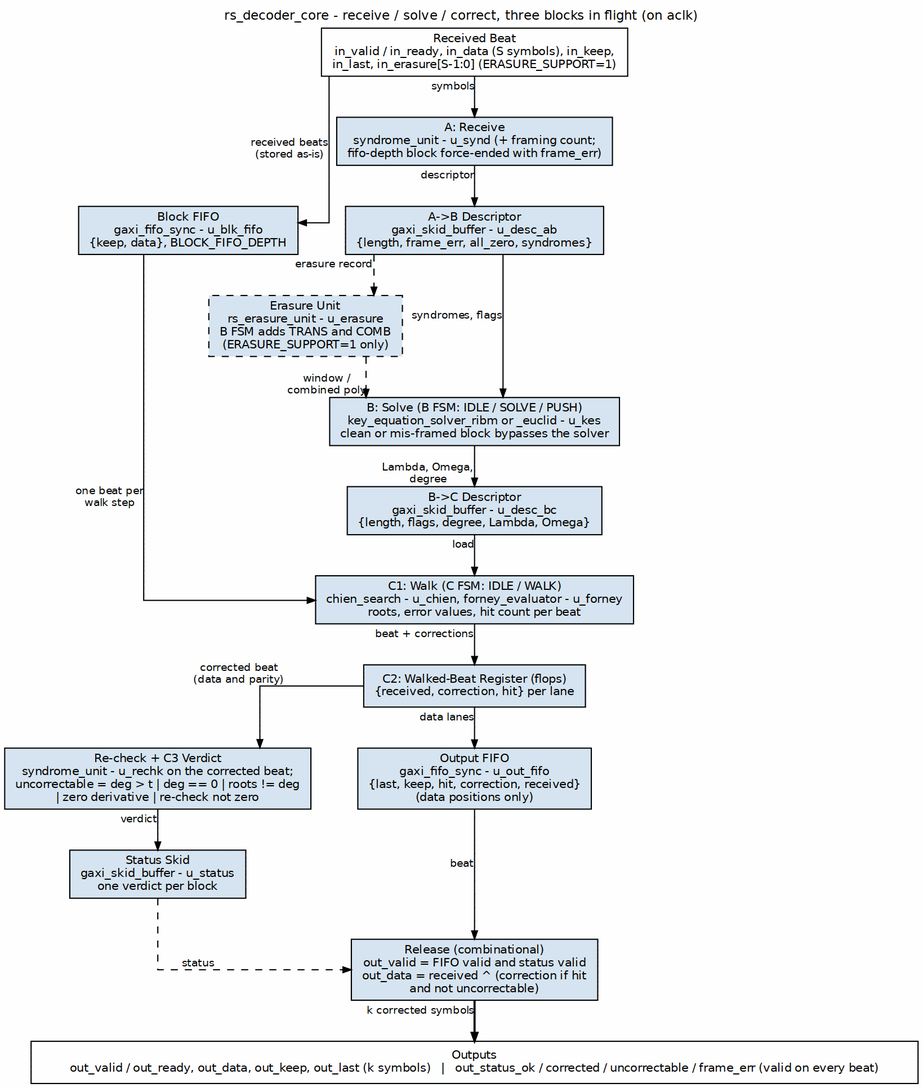
Above: projects/components/ecc-ip/reed-solomon/docs/reed_solomon_mas/assets/graphviz/rs_decoder_core.png in sean-galloway/RTLDesignSherpa (Graphviz), before the change. Its source is kept beside it as projects/components/ecc-ip/reed-solomon/docs/reed_solomon_mas/assets/graphviz/rs_decoder_core.dot.
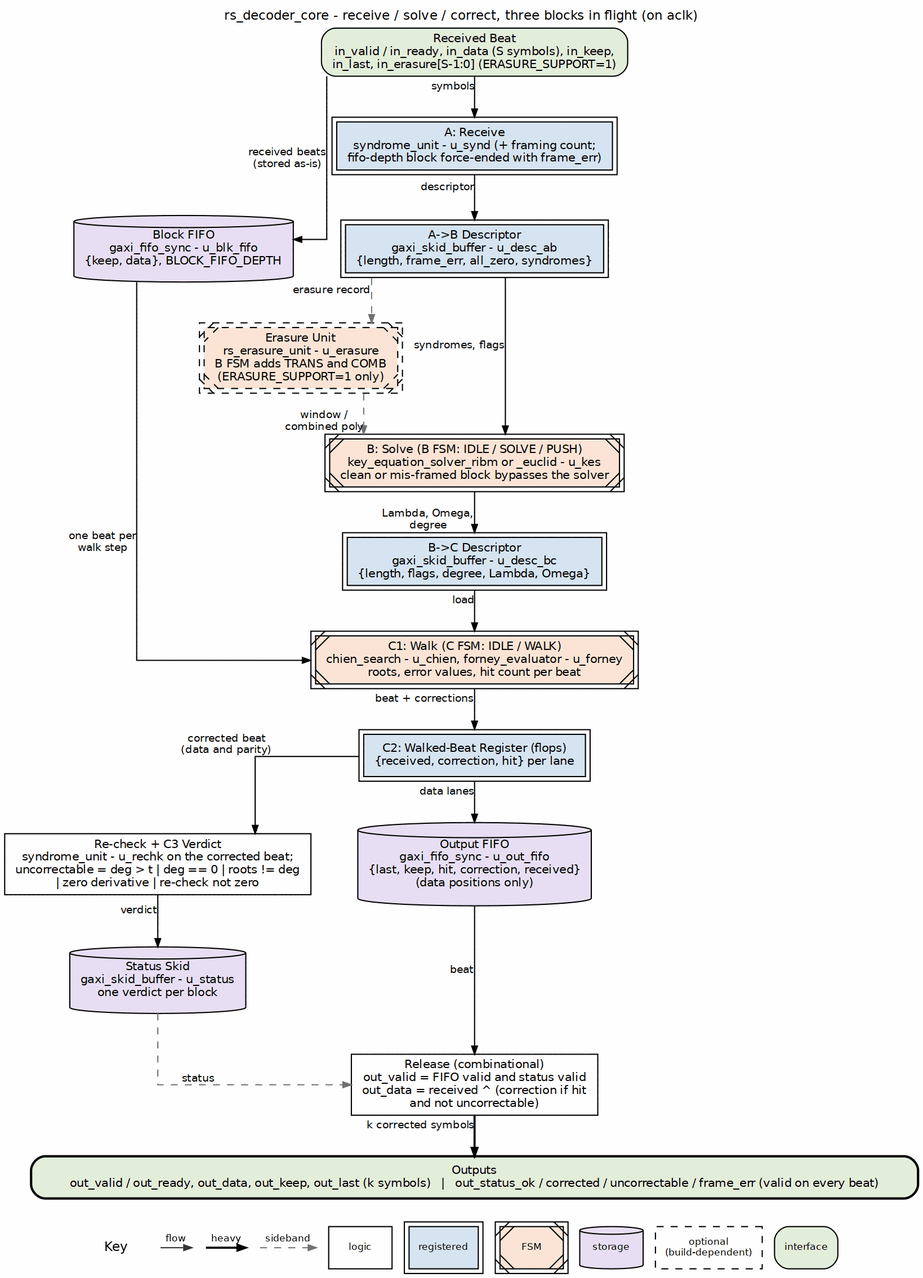
Above is the later version.

The edit, as a diff of the source:
```diff
@@ -3,34 +3,34 @@
            nodesep="0.55", ranksep="0.48", splines=ortho, newrank=true,
            labelloc=t, labeljust=c];
     node  [fontname="Helvetica", fontsize=10, shape=box, style=filled,
-           fillcolor="#D6E4F0", color="black", margin="0.12,0.06"];
+           fillcolor="white", color="black", margin="0.12,0.06"];
     edge  [fontname="Helvetica", fontsize=9, color="black", arrowsize=0.7];
     label="rs_decoder_core - receive / solve / correct, three blocks in flight (on aclk)";
 
-    in    [label="Received Beat\nin_valid / in_ready, in_data (S symbols), in_keep,\nin_last, in_erasure[S-1:0] (ERASURE_SUPPORT=1)", fillcolor="white", group=C];
+    in    [label="Received Beat\nin_valid / in_ready, in_data (S symbols), in_keep,\nin_last, in_erasure[S-1:0] (ERASURE_SUPPORT=1)", fillcolor="white", group=C, style="rounded,filled", fillcolor="#E2EFDA"];
 
-    synd  [label="A: Receive\nsyndrome_unit - u_synd (+ framing count;\nfifo-depth block force-ended with frame_err)", group=C];
-    bfifo [label="Block FIFO\ngaxi_fifo_sync - u_blk_fifo\n{keep, data}, BLOCK_FIFO_DEPTH", group=B];
-    dab   [label="A->B Descriptor\ngaxi_skid_buffer - u_desc_ab\n{length, frame_err, all_zero, syndromes}", group=C];
-    solve [label="B: Solve (B FSM: IDLE / SOLVE / PUSH)\nkey_equation_solver_ribm or _euclid - u_kes\nclean or mis-framed block bypasses the solver", group=C];
-    era   [label="Erasure Unit\nrs_erasure_unit - u_erasure\nB FSM adds TRANS and COMB\n(ERASURE_SUPPORT=1 only)", style="filled,dashed", group=V];
-    dbc   [label="B->C Descriptor\ngaxi_skid_buffer - u_desc_bc\n{length, flags, degree, Lambda, Omega}", group=C];
-    cwalk [label="C1: Walk (C FSM: IDLE / WALK)\nchien_search - u_chien, forney_evaluator - u_forney\nroots, error values, hit count per beat", group=C];
-    c2    [label="C2: Walked-Beat Register (flops)\n{received, correction, hit} per lane", group=C];
-    rchk  [label="Re-check + C3 Verdict\nsyndrome_unit - u_rechk on the corrected beat;\nuncorrectable = deg > t | deg == 0 | roots != deg\n| zero derivative | re-check not zero", group=V];
-    ofifo [label="Output FIFO\ngaxi_fifo_sync - u_out_fifo\n{last, keep, hit, correction, received}\n(data positions only)", group=C];
-    stat  [label="Status Skid\ngaxi_skid_buffer - u_status\none verdict per block", group=V];
-    rel   [label="Release (combinational)\nout_valid = FIFO valid and status valid\nout_data = received ^ (correction if hit\nand not uncorrectable)", group=C];
+    synd  [label="A: Receive\nsyndrome_unit - u_synd (+ framing count;\nfifo-depth block force-ended with frame_err)", group=C, peripheries=2, style="filled", fillcolor="#D6E4F0"];
+    bfifo [label="Block FIFO\ngaxi_fifo_sync - u_blk_fifo\n{keep, data}, BLOCK_FIFO_DEPTH", group=B, shape=cylinder, style="filled", fillcolor="#E8DFF5"];
+    dab   [label="A->B Descriptor\ngaxi_skid_buffer - u_desc_ab\n{length, frame_err, all_zero, syndromes}", group=C, peripheries=2, style="filled", fillcolor="#D6E4F0"];
+    solve [label="B: Solve (B FSM: IDLE / SOLVE / PUSH)\nkey_equation_solver_ribm or _euclid - u_kes\nclean or mis-framed block bypasses the solver", group=C, peripheries=2, style="filled,diagonals", fillcolor="#FCE4D6"];
+    era   [label="Erasure Unit\nrs_erasure_unit - u_erasure\nB FSM adds TRANS and COMB\n(ERASURE_SUPPORT=1 only)", style="filled,dashed", group=V, peripheries=2, style="filled,diagonals,dashed", fillcolor="#FCE4D6"];
+    dbc   [label="B->C Descriptor\ngaxi_skid_buffer - u_desc_bc\n{length, flags, degree, Lambda, Omega}", group=C, peripheries=2, style="filled", fillcolor="#D6E4F0"];
+    cwalk [label="C1: Walk (C FSM: IDLE / WALK)\nchien_search - u_chien, forney_evaluator - u_forney\nroots, error values, hit count per beat", group=C, peripheries=2, style="filled,diagonals", fillcolor="#FCE4D6"];
+    c2    [label="C2: Walked-Beat Register (flops)\n{received, correction, hit} per lane", group=C, peripheries=2, style="filled", fillcolor="#D6E4F0"];
+    rchk  [label="Re-check + C3 Verdict\nsyndrome_unit - u_rechk on the corrected beat;\nuncorrectable = deg > t | deg == 0 | roots != deg\n| zero derivative | re-check not zero", group=V, style="filled", fillcolor="white"];
+    ofifo [label="Output FIFO\ngaxi_fifo_sync - u_out_fifo\n{last, keep, hit, correction, received}\n(data positions only)", group=C, shape=cylinder, style="filled", fillcolor="#E8DFF5"];
+    stat  [label="Status Skid\ngaxi_skid_buffer - u_status\none verdict per block", group=V, shape=cylinder, style="filled", fillcolor="#E8DFF5"];
+    rel   [label="Release (combinational)\nout_valid = FIFO valid and status valid\nout_data = received ^ (correction if hit\nand not uncorrectable)", group=C, style="filled", fillcolor="white"];
 
     bar   [label="Outputs\nout_valid / out_ready, out_data, out_keep, out_last (k symbols)   |   out_status_ok / corrected / uncorrectable / frame_err (valid on every beat)",
-           fillcolor="white", width=10.5];
+           fillcolor="white", width=10.5, style="rounded,filled,bold", fillcolor="#E2EFDA"];
 
     in    -> synd  [xlabel="symbols"];
     in    -> bfifo [xlabel="received beats\n(stored as-is)"];
     synd  -> dab   [xlabel="descriptor"];
     dab   -> solve [minlen=2, xlabel="syndromes, flags"];
-    dab   -> era   [style=dashed, xlabel="erasure record"];
-    era   -> solve [style=dashed, xlabel="window /\ncombined poly"];
+    dab   -> era   [style=dashed, color="#777777", xlabel="erasure record"];
+    era   -> solve [style=dashed, color="#777777", xlabel="window /\ncombined poly"];
     solve -> dbc   [xlabel="Lambda, Omega,\ndegree"];
     dbc   -> cwalk [xlabel="load"];
     bfifo -> cwalk [xlabel="one beat per\nwalk step"];
@@ -39,7 +39,7 @@
     c2    -> rchk  [xlabel="corrected beat\n(data and parity)"];
     rchk  -> stat  [xlabel="verdict"];
     ofifo -> rel   [xlabel="beat"];
-    stat  -> rel   [style=dashed, xlabel="status"];
+    stat  -> rel   [style=dashed, color="#777777", xlabel="status"];
     rel   -> bar   [xlabel="k corrected symbols", penwidth=1.8];
 
     { rank=same; dab; bfifo; }
```
